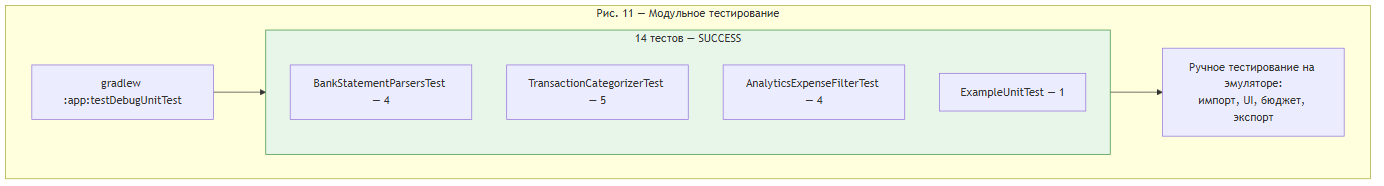
Earlier version of the Mermaid export docs/practice-report/figures/11-testing.png (klimlukichev/financeApp). Its source is kept beside it as docs/practice-report/figures/11-testing.mmd. Its diagram source:
```mermaid
flowchart TB
    subgraph tests [Рис. 11 — Модульное тестирование]
        gradle["gradlew :app:testDebugUnitTest"]
        subgraph suite [14 тестов — SUCCESS]
            t1[BankStatementParsersTest — 4]
            t2[TransactionCategorizerTest — 5]
            t3[AnalyticsExpenseFilterTest — 4]
            t4[ExampleUnitTest — 1]
        end
        manual["Ручное тестирование на эмуляторе:\nимпорт, UI, бюджет, экспорт"]
        gradle --> suite
        suite --> manual
    end

    style suite fill:#e8f5e9,stroke:#388e3c
```
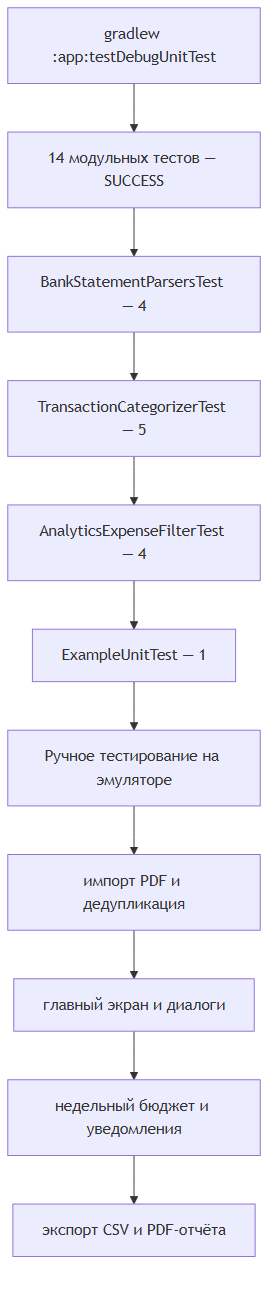
The same file after the commit.

What changed in the source:
```diff
@@ -1,15 +1,14 @@
 flowchart TB
-    subgraph tests [Рис. 11 — Модульное тестирование]
-        gradle["gradlew :app:testDebugUnitTest"]
-        subgraph suite [14 тестов — SUCCESS]
-            t1[BankStatementParsersTest — 4]
-            t2[TransactionCategorizerTest — 5]
-            t3[AnalyticsExpenseFilterTest — 4]
-            t4[ExampleUnitTest — 1]
-        end
-        manual["Ручное тестирование на эмуляторе:\nимпорт, UI, бюджет, экспорт"]
-        gradle --> suite
-        suite --> manual
-    end
+    gradle["gradlew :app:testDebugUnitTest"]
+    gradle --> summary[14 модульных тестов — SUCCESS]
 
-    style suite fill:#e8f5e9,stroke:#388e3c
+    summary --> t1[BankStatementParsersTest — 4]
+    t1 --> t2[TransactionCategorizerTest — 5]
+    t2 --> t3[AnalyticsExpenseFilterTest — 4]
+    t3 --> t4[ExampleUnitTest — 1]
+
+    t4 --> manual[Ручное тестирование на эмуляторе]
+    manual --> m1[импорт PDF и дедупликация]
+    m1 --> m2[главный экран и диалоги]
+    m2 --> m3[недельный бюджет и уведомления]
+    m3 --> m4[экспорт CSV и PDF-отчёта]
```
